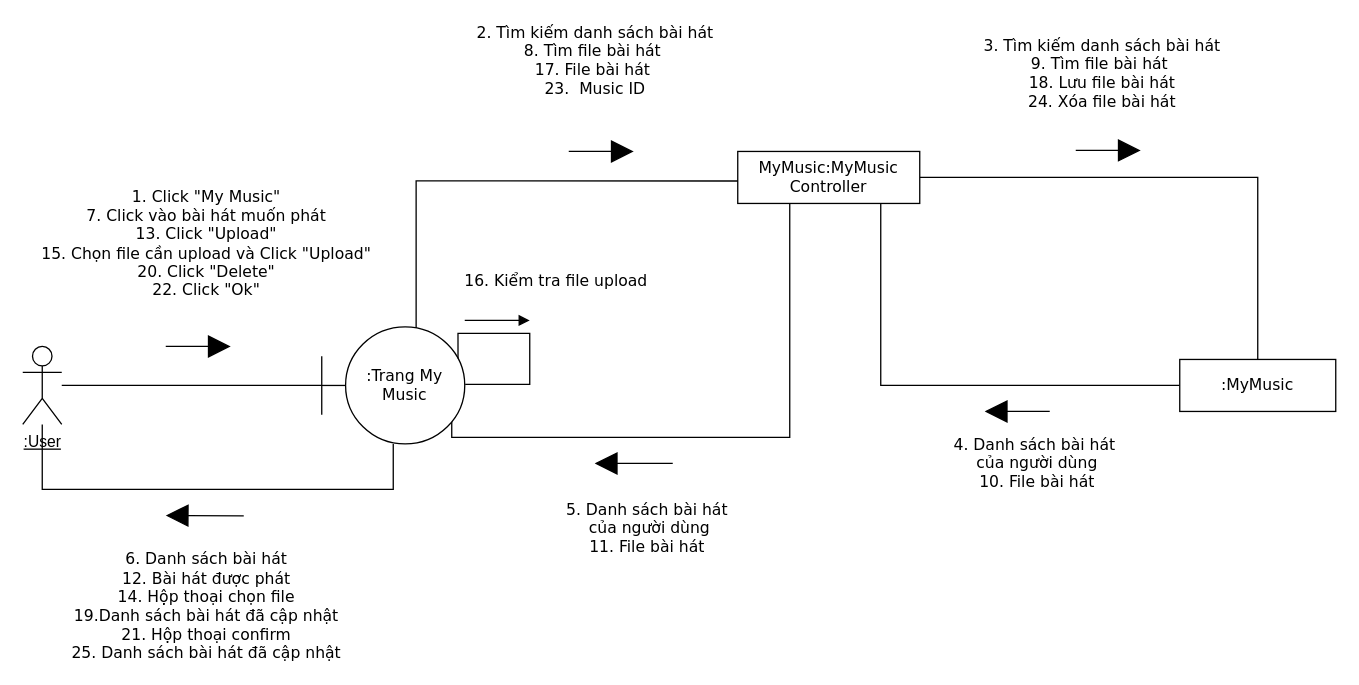
Before: ToDoApp-Doc/Document/Diagram/Collaboration Diagram/MyMusic/MyMusic Collaboration Diagram.drawio in Merevoli-DatLuu/To-Do-App, a draw.io diagram. Source tidied: cells renumbered, new cells numbered last; positions are measured from the earlier drawing's top-left corner, leaving out a move shared by most shapes. Both pictures are drawn from the tidied source at 130%, with x=0, y=0 at pixel (22, 150).
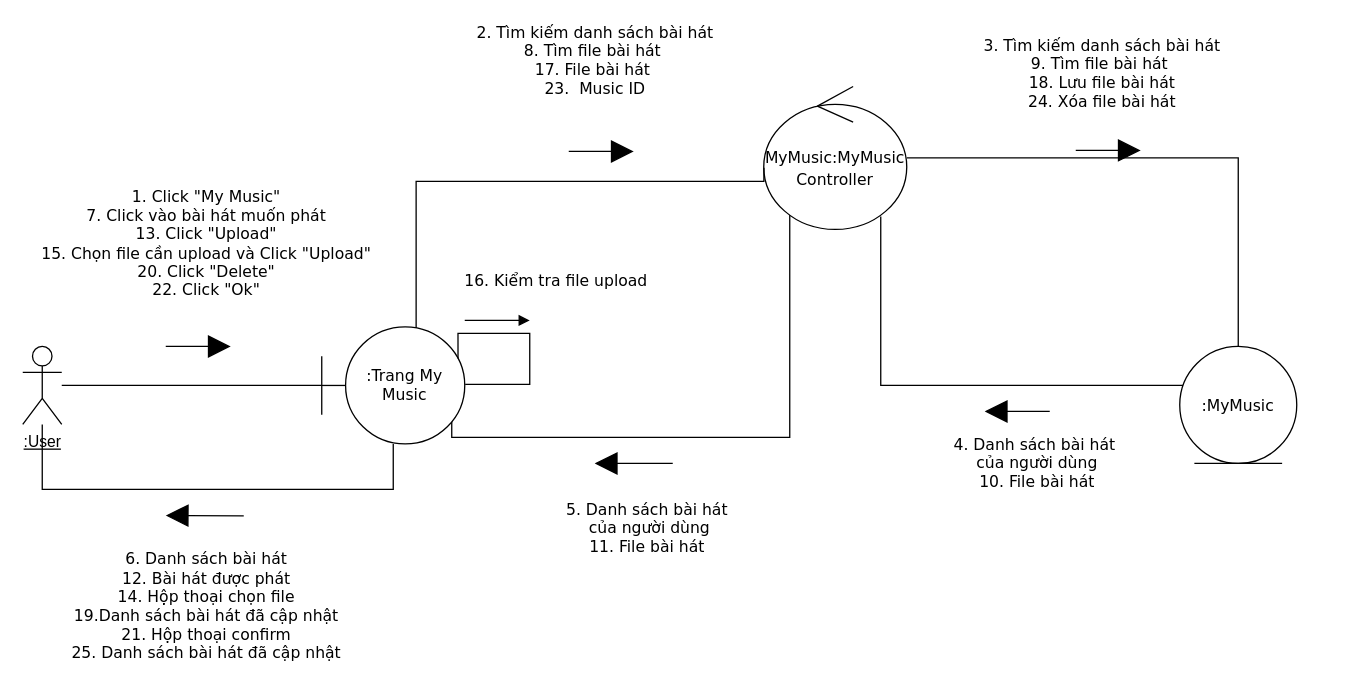
The same diagram, later.

Commit message (it also covers changes not shown here):
[Document, Modified] : ManagementTask & MyMusic Collaboration Diagram

Change to the diagram source:
```diff
@@
-    <mxCell id="6" value="&lt;span style=&quot;font-family: verdana; font-size: 12px;&quot;&gt;MyMusic:MyMusic&lt;br style=&quot;font-size: 12px;&quot;&gt;Controller&lt;/span&gt;" style="rounded=0;whiteSpace=wrap;html=1;fontSize=12;" parent="1" vertex="1">
-      <mxGeometry x="550" y="1" width="140" height="40" as="geometry" />
+    <mxCell id="6" value="&lt;span style=&quot;font-family: verdana; font-size: 12px;&quot;&gt;MyMusic:MyMusic&lt;br style=&quot;font-size: 12px;&quot;&gt;Controller&lt;/span&gt;" style="ellipse;shape=umlControl;whiteSpace=wrap;html=1;fontSize=14;fontFamily=Verdana;" parent="1" vertex="1">
+      <mxGeometry x="570" y="-49" width="110" height="110" as="geometry" />
     </mxCell>
@@
     <mxCell id="10" style="edgeStyle=orthogonalEdgeStyle;rounded=0;jettySize=auto;html=1;endArrow=none;endFill=0;fontSize=12;" parent="1" edge="1" source="11">
       <mxGeometry relative="1" as="geometry">
         <mxPoint x="660" y="51" as="targetPoint" />
         <Array as="points">
           <mxPoint x="660" y="181" />
-          <mxPoint x="660" y="41" />
         </Array>
       </mxGeometry>
     </mxCell>
-    <mxCell id="11" value="&lt;span style=&quot;font-family: verdana; font-size: 12px;&quot;&gt;:MyMusic&lt;/span&gt;" style="rounded=0;whiteSpace=wrap;html=1;fontSize=12;" parent="1" vertex="1">
-      <mxGeometry x="890" y="161" width="120" height="40" as="geometry" />
+    <mxCell id="11" value="&lt;span style=&quot;font-family: verdana; font-size: 12px;&quot;&gt;:MyMusic&lt;/span&gt;" style="ellipse;shape=umlEntity;whiteSpace=wrap;html=1;fontSize=14;fontFamily=Verdana;" parent="1" vertex="1">
+      <mxGeometry x="890" y="151" width="90" height="90" as="geometry" />
     </mxCell>
```
